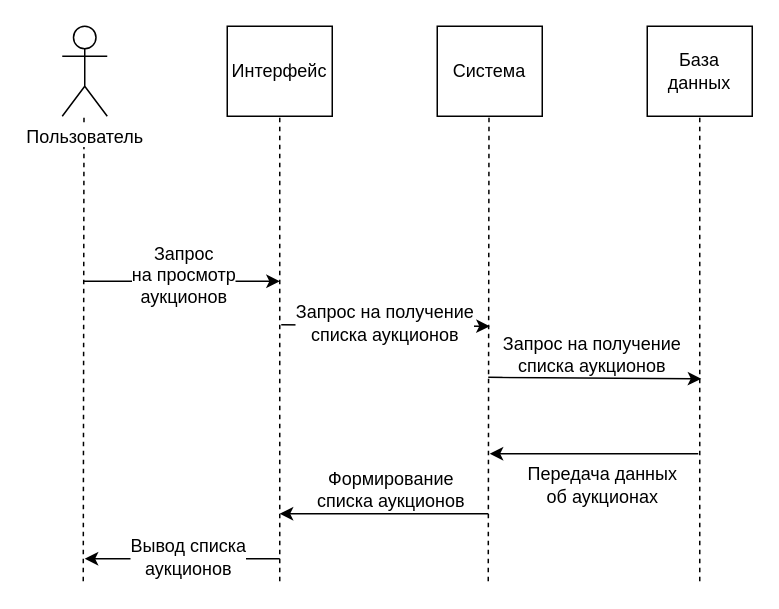
Earlier version of the draw.io diagram Diagrams/Cases Diagrams/Any Auctions View.drawio (Fake-Make/Au). Source tidied: cells renumbered, new cells numbered last; positions are measured from the earlier drawing's top-left corner, leaving out a move shared by most shapes. Both pictures are drawn from the tidied source at 150%, with x=0, y=0 at pixel (62, 26).
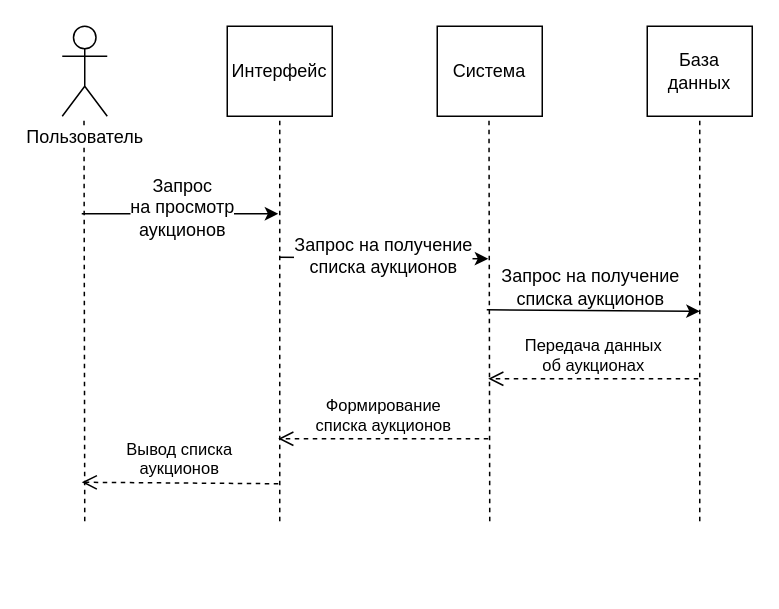
The same page after the edit.

The change refers to these unchanged cells:
```xml
<mxCell id="4" value="База данных" style="rounded=0;whiteSpace=wrap;html=1;" parent="1" vertex="1">
  <mxGeometry x="390" width="70" height="60" as="geometry" />
</mxCell>
```

Diff of the diagram source:
```diff
@@
     <mxCell id="5" style="endArrow=none;dashed=1;html=1;entryX=0.5;entryY=1;entryDx=0;entryDy=0;" parent="1" edge="1" target="4">
       <mxGeometry relative="1" as="geometry">
-        <mxPoint x="425" y="370" as="sourcePoint" />
+        <mxPoint x="425" y="330" as="sourcePoint" />
       </mxGeometry>
     </mxCell>
     <mxCell id="6" style="endArrow=none;dashed=1;html=1;entryX=0.5;entryY=1;entryDx=0;entryDy=0;" parent="1" edge="1">
       <mxGeometry relative="1" as="geometry">
-        <mxPoint x="284" y="370" as="sourcePoint" />
+        <mxPoint x="285" y="330" as="sourcePoint" />
         <mxPoint x="284.5" y="60" as="targetPoint" />
       </mxGeometry>
     </mxCell>
     <mxCell id="7" style="endArrow=none;dashed=1;html=1;entryX=0.5;entryY=1;entryDx=0;entryDy=0;" parent="1" edge="1">
       <mxGeometry relative="1" as="geometry">
-        <mxPoint x="145" y="370" as="sourcePoint" />
+        <mxPoint x="145" y="330" as="sourcePoint" />
         <mxPoint x="145" y="60" as="targetPoint" />
       </mxGeometry>
     </mxCell>
     <mxCell id="8" style="endArrow=none;dashed=1;html=1;entryX=0.5;entryY=1;entryDx=0;entryDy=0;" parent="1" edge="1">
       <mxGeometry relative="1" as="geometry">
-        <mxPoint x="14" y="370" as="sourcePoint" />
+        <mxPoint x="15" y="330" as="sourcePoint" />
         <mxPoint x="14.5" y="60" as="targetPoint" />
       </mxGeometry>
     </mxCell>
@@
     <mxCell id="10" style="endArrow=classic;html=1;" parent="1" edge="1">
       <mxGeometry relative="1" as="geometry">
-        <mxPoint x="14" y="170" as="sourcePoint" />
-        <mxPoint x="145" y="170" as="targetPoint" />
+        <mxPoint x="13" y="125" as="sourcePoint" />
+        <mxPoint x="144" y="125" as="targetPoint" />
       </mxGeometry>
     </mxCell>
@@
     <mxCell id="12" style="endArrow=classic;html=1;" parent="1" edge="1">
       <mxGeometry relative="1" as="geometry">
-        <mxPoint x="146" y="199" as="sourcePoint" />
-        <mxPoint x="285" y="200" as="targetPoint" />
+        <mxPoint x="145" y="154" as="sourcePoint" />
+        <mxPoint x="284" y="155" as="targetPoint" />
       </mxGeometry>
     </mxCell>
@@
     <mxCell id="14" style="endArrow=classic;html=1;" parent="1" edge="1">
       <mxGeometry relative="1" as="geometry">
-        <mxPoint x="284" y="234" as="sourcePoint" />
-        <mxPoint x="426" y="235" as="targetPoint" />
+        <mxPoint x="283" y="189" as="sourcePoint" />
+        <mxPoint x="425" y="190" as="targetPoint" />
       </mxGeometry>
     </mxCell>
@@
-    <mxCell id="16" style="endArrow=classic;html=1;" parent="1" edge="1">
-      <mxGeometry relative="1" as="geometry">
-        <mxPoint x="424" y="285" as="sourcePoint" />
-        <mxPoint x="285" y="285" as="targetPoint" />
-      </mxGeometry>
-    </mxCell>
-    <mxCell id="17" value="Передача данных&lt;br&gt;об аукционах&lt;br&gt;" style="text;html=1;align=center;verticalAlign=middle;labelBackgroundColor=#ffffff;" parent="16" vertex="1">
-      <mxGeometry x="-0.36" y="1" relative="1" as="geometry">
-        <mxPoint x="-21" y="19" as="offset" />
+    <mxCell id="17" value="&lt;span&gt;Передача данных&lt;/span&gt;&lt;br&gt;&lt;span&gt;об аукционах&lt;/span&gt;" style="html=1;verticalAlign=bottom;endArrow=open;dashed=1;endSize=8;" parent="1" edge="1">
+      <mxGeometry relative="1" as="geometry">
+        <mxPoint x="424" y="235" as="sourcePoint" />
+        <mxPoint x="284" y="235" as="targetPoint" />
       </mxGeometry>
     </mxCell>
-    <mxCell id="18" style="endArrow=classic;html=1;" parent="1" edge="1">
-      <mxGeometry relative="1" as="geometry">
-        <mxPoint x="284" y="325" as="sourcePoint" />
-        <mxPoint x="145" y="325" as="targetPoint" />
-      </mxGeometry>
-    </mxCell>
-    <mxCell id="19" value="Формирование&lt;br&gt;списка аукционов&lt;br&gt;" style="text;html=1;align=center;verticalAlign=middle;labelBackgroundColor=#ffffff;fillColor=none;" parent="18" vertex="1">
-      <mxGeometry x="0.18" y="-2" relative="1" as="geometry">
-        <mxPoint x="16" y="-15" as="offset" />
+    <mxCell id="19" value="&lt;span&gt;Формирование&lt;/span&gt;&lt;br&gt;&lt;span&gt;списка аукционов&lt;/span&gt;" style="html=1;verticalAlign=bottom;endArrow=open;dashed=1;endSize=8;" parent="1" edge="1">
+      <mxGeometry relative="1" as="geometry">
+        <mxPoint x="284" y="275" as="sourcePoint" />
+        <mxPoint x="144" y="275" as="targetPoint" />
       </mxGeometry>
     </mxCell>
-    <mxCell id="20" style="endArrow=classic;html=1;" parent="1" edge="1">
-      <mxGeometry relative="1" as="geometry">
-        <mxPoint x="145" y="355" as="sourcePoint" />
-        <mxPoint x="15" y="355" as="targetPoint" />
-      </mxGeometry>
-    </mxCell>
-    <mxCell id="21" value="Вывод списка&lt;br&gt;аукционов&lt;br&gt;" style="text;html=1;align=center;verticalAlign=middle;labelBackgroundColor=#ffffff;" parent="20" vertex="1">
-      <mxGeometry x="-0.12" relative="1" as="geometry">
-        <mxPoint x="-5" y="-2" as="offset" />
+    <mxCell id="21" value="&lt;span&gt;Вывод списка&lt;/span&gt;&lt;br&gt;&lt;span&gt;аукционов&lt;/span&gt;&lt;br&gt;" style="html=1;verticalAlign=bottom;endArrow=open;dashed=1;endSize=8;" parent="1" edge="1">
+      <mxGeometry relative="1" as="geometry">
+        <mxPoint x="144" y="305" as="sourcePoint" />
+        <mxPoint x="13" y="304" as="targetPoint" />
       </mxGeometry>
     </mxCell>
```
